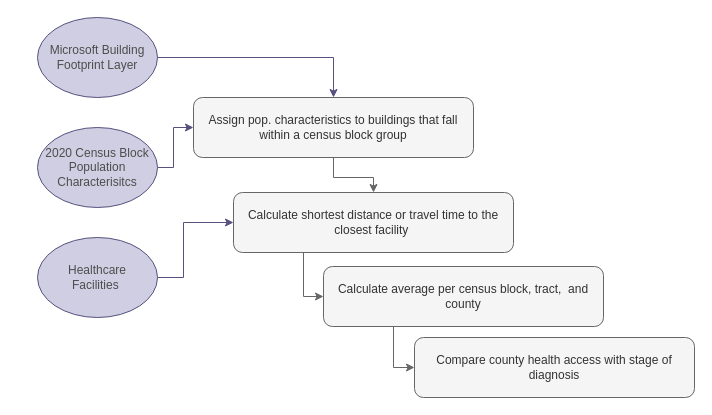
Above: CancerProposalMethod.drawio in dealchre/gradDrawio (draw.io), before the change. Source tidied: cells renumbered, new cells numbered last; positions are measured from the earlier drawing's top-left corner, leaving out a move shared by most shapes. Both pictures are drawn from the tidied source at 100%, with x=0, y=0 at pixel (37, 17).
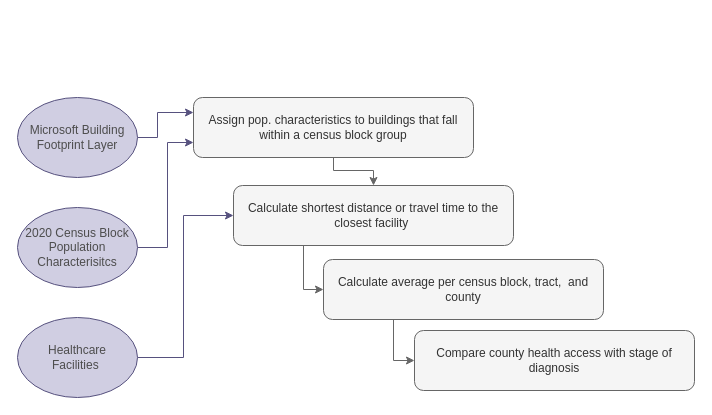
The same page after the edit.

The change refers to these unchanged cells:
```xml
<mxCell id="14" value="Assign pop. characteristics to buildings that fall within a census block group" style="rounded=1;whiteSpace=wrap;html=1;fillColor=#f5f5f5;fontColor=#333333;strokeColor=#666666;" parent="1" vertex="1">
  <mxGeometry x="156" y="80" width="280" height="60" as="geometry" />
</mxCell>
```

What changed in the source:
```diff
@@
-    <mxCell id="2" style="edgeStyle=orthogonalEdgeStyle;rounded=0;jettySize=auto;html=1;exitX=1;exitY=0.5;exitDx=0;exitDy=0;entryX=0.5;entryY=0;entryDx=0;entryDy=0;strokeColor=#56517E;" parent="1" edge="1" source="3" target="14">
+    <mxCell id="2" style="edgeStyle=orthogonalEdgeStyle;rounded=0;jettySize=auto;html=1;exitX=1;exitY=0.5;exitDx=0;exitDy=0;entryX=0;entryY=0.25;entryDx=0;entryDy=0;strokeColor=#56517E;" parent="1" edge="1" source="3" target="14">
       <mxGeometry relative="1" as="geometry">
         <Array as="points">
-          <mxPoint x="296" y="40" />
+          <mxPoint x="120" y="120" />
+          <mxPoint x="120" y="95" />
         </Array>
       </mxGeometry>
     </mxCell>
     <mxCell id="3" value="Microsoft Building Footprint Layer" style="ellipse;whiteSpace=wrap;html=1;fillColor=#d0cee2;strokeColor=#56517e;fontColor=#4D4D4D;" parent="1" vertex="1">
-      <mxGeometry width="120" height="80" as="geometry" />
+      <mxGeometry x="-20" y="80" width="120" height="80" as="geometry" />
     </mxCell>
-    <mxCell id="4" style="edgeStyle=orthogonalEdgeStyle;rounded=0;jettySize=auto;html=1;exitX=1;exitY=0.5;exitDx=0;exitDy=0;entryX=0;entryY=0.5;entryDx=0;entryDy=0;strokeColor=#56517E;" parent="1" edge="1" source="5" target="14">
+    <mxCell id="4" style="edgeStyle=orthogonalEdgeStyle;rounded=0;jettySize=auto;html=1;exitX=1;exitY=0.5;exitDx=0;exitDy=0;entryX=0;entryY=0.75;entryDx=0;entryDy=0;strokeColor=#56517E;" parent="1" edge="1" source="5" target="14">
       <mxGeometry relative="1" as="geometry">
         <Array as="points">
-          <mxPoint x="136" y="150" />
-          <mxPoint x="136" y="110" />
+          <mxPoint x="130" y="230" />
+          <mxPoint x="130" y="125" />
         </Array>
       </mxGeometry>
     </mxCell>
     <mxCell id="5" value="2020 Census Block Population Characterisitcs" style="ellipse;whiteSpace=wrap;html=1;fillColor=#d0cee2;strokeColor=#56517e;fontColor=#4D4D4D;" parent="1" vertex="1">
-      <mxGeometry y="110" width="120" height="80" as="geometry" />
+      <mxGeometry x="-20" y="190" width="120" height="80" as="geometry" />
     </mxCell>
     <mxCell id="6" style="edgeStyle=orthogonalEdgeStyle;rounded=0;jettySize=auto;html=1;exitX=1;exitY=0.5;exitDx=0;exitDy=0;entryX=0;entryY=0.5;entryDx=0;entryDy=0;strokeColor=#56517E;" parent="1" edge="1" source="7" target="10">
       <mxGeometry relative="1" as="geometry">
         <Array as="points">
-          <mxPoint x="146" y="260" />
-          <mxPoint x="146" y="205" />
+          <mxPoint x="146" y="340" />
+          <mxPoint x="146" y="198" />
         </Array>
       </mxGeometry>
     </mxCell>
     <mxCell id="7" value="Healthcare &lt;br&gt;Facilities&amp;nbsp;" style="ellipse;whiteSpace=wrap;html=1;fillColor=#d0cee2;strokeColor=#56517e;fontColor=#4D4D4D;" parent="1" vertex="1">
-      <mxGeometry y="220" width="120" height="80" as="geometry" />
+      <mxGeometry x="-20" y="300" width="120" height="80" as="geometry" />
     </mxCell>
-    <mxCell id="8" style="edgeStyle=orthogonalEdgeStyle;rounded=0;jettySize=auto;html=1;exitX=0.5;exitY=1;exitDx=0;exitDy=0;entryX=0.5;entryY=0;entryDx=0;entryDy=0;strokeColor=#666666;" parent="1" edge="1" source="14" target="10">
-      <mxGeometry relative="1" as="geometry" />
+    <mxCell id="8" style="edgeStyle=orthogonalEdgeStyle;rounded=0;jettySize=auto;html=1;exitX=0.5;exitY=1;exitDx=0;exitDy=0;entryX=0.5;entryY=0;entryDx=0;entryDy=0;strokeColor=#666666;" parent="1" edge="1" target="10">
+      <mxGeometry relative="1" as="geometry">
+        <mxPoint x="296" y="133" as="sourcePoint" />
+        <Array as="points">
+          <mxPoint x="296" y="153" />
+          <mxPoint x="336" y="153" />
+        </Array>
+      </mxGeometry>
     </mxCell>
@@
     <mxCell id="10" value="Calculate shortest distance or travel time to the closest facility&amp;nbsp;" style="rounded=1;whiteSpace=wrap;html=1;fillColor=#f5f5f5;fontColor=#333333;strokeColor=#666666;" parent="1" vertex="1">
-      <mxGeometry x="196" y="175" width="280" height="60" as="geometry" />
+      <mxGeometry x="196" y="168" width="280" height="60" as="geometry" />
     </mxCell>
@@
     <mxCell id="12" value="Calculate average per census block, tract,&amp;nbsp; and county" style="rounded=1;whiteSpace=wrap;html=1;fillColor=#f5f5f5;fontColor=#333333;strokeColor=#666666;" parent="1" vertex="1">
-      <mxGeometry x="286" y="249" width="280" height="60" as="geometry" />
+      <mxGeometry x="286" y="242" width="280" height="60" as="geometry" />
     </mxCell>
     <mxCell id="13" value="Compare county health access with stage of diagnosis" style="rounded=1;whiteSpace=wrap;html=1;fillColor=#f5f5f5;fontColor=#333333;strokeColor=#666666;" parent="1" vertex="1">
-      <mxGeometry x="377" y="320" width="280" height="60" as="geometry" />
+      <mxGeometry x="377" y="313" width="280" height="60" as="geometry" />
     </mxCell>
```
